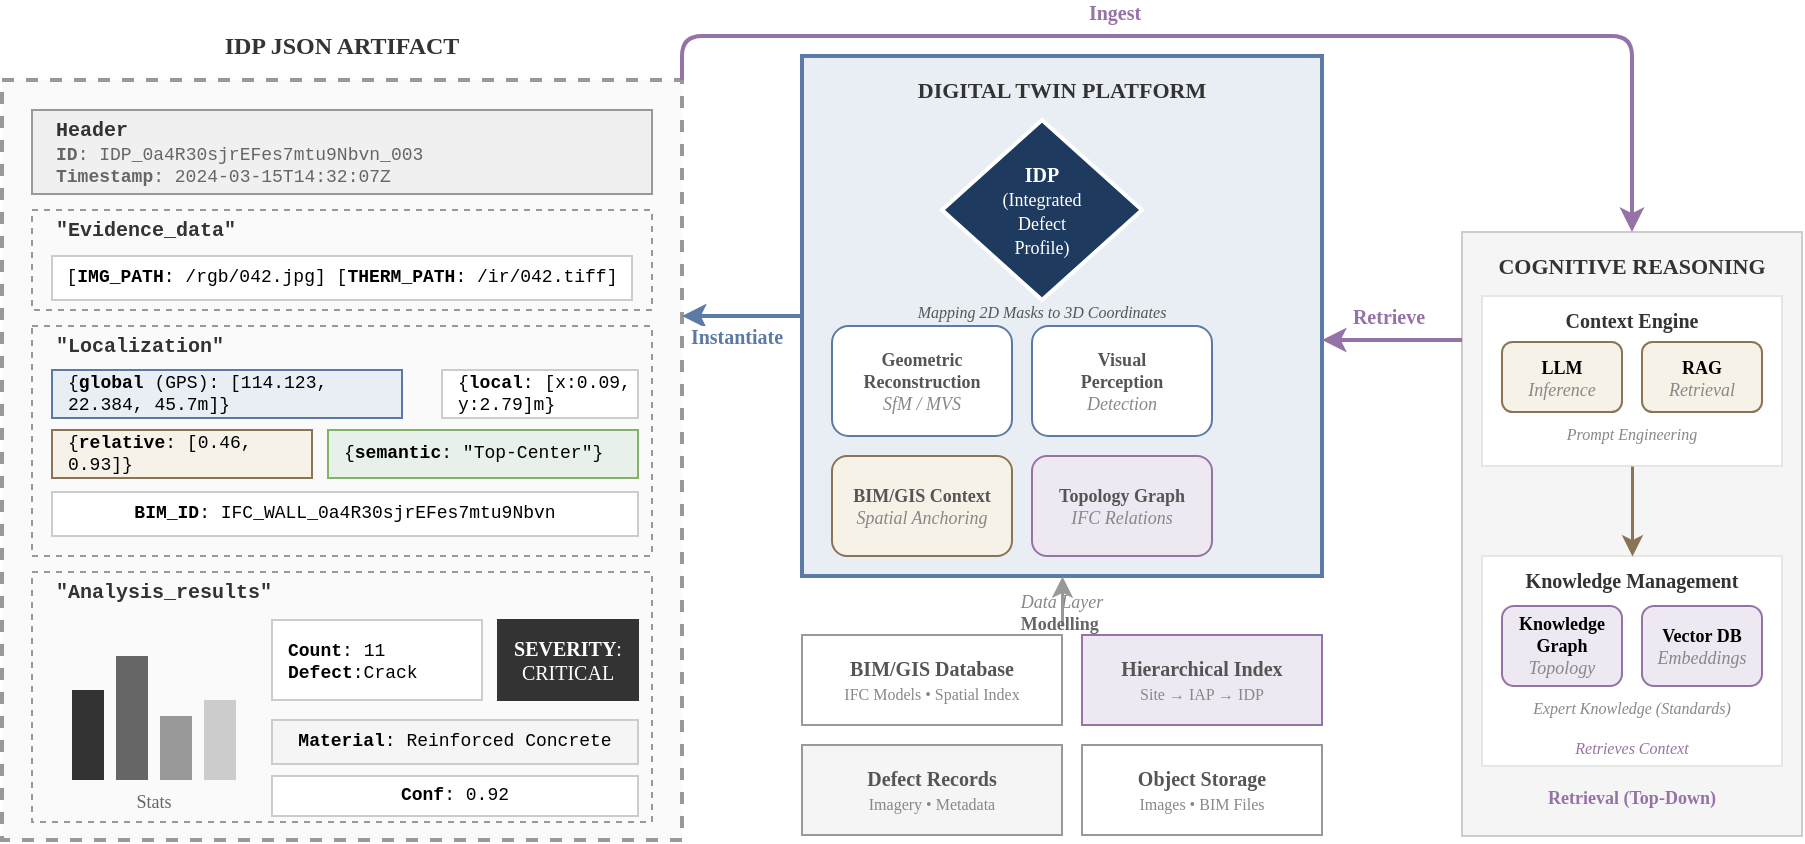
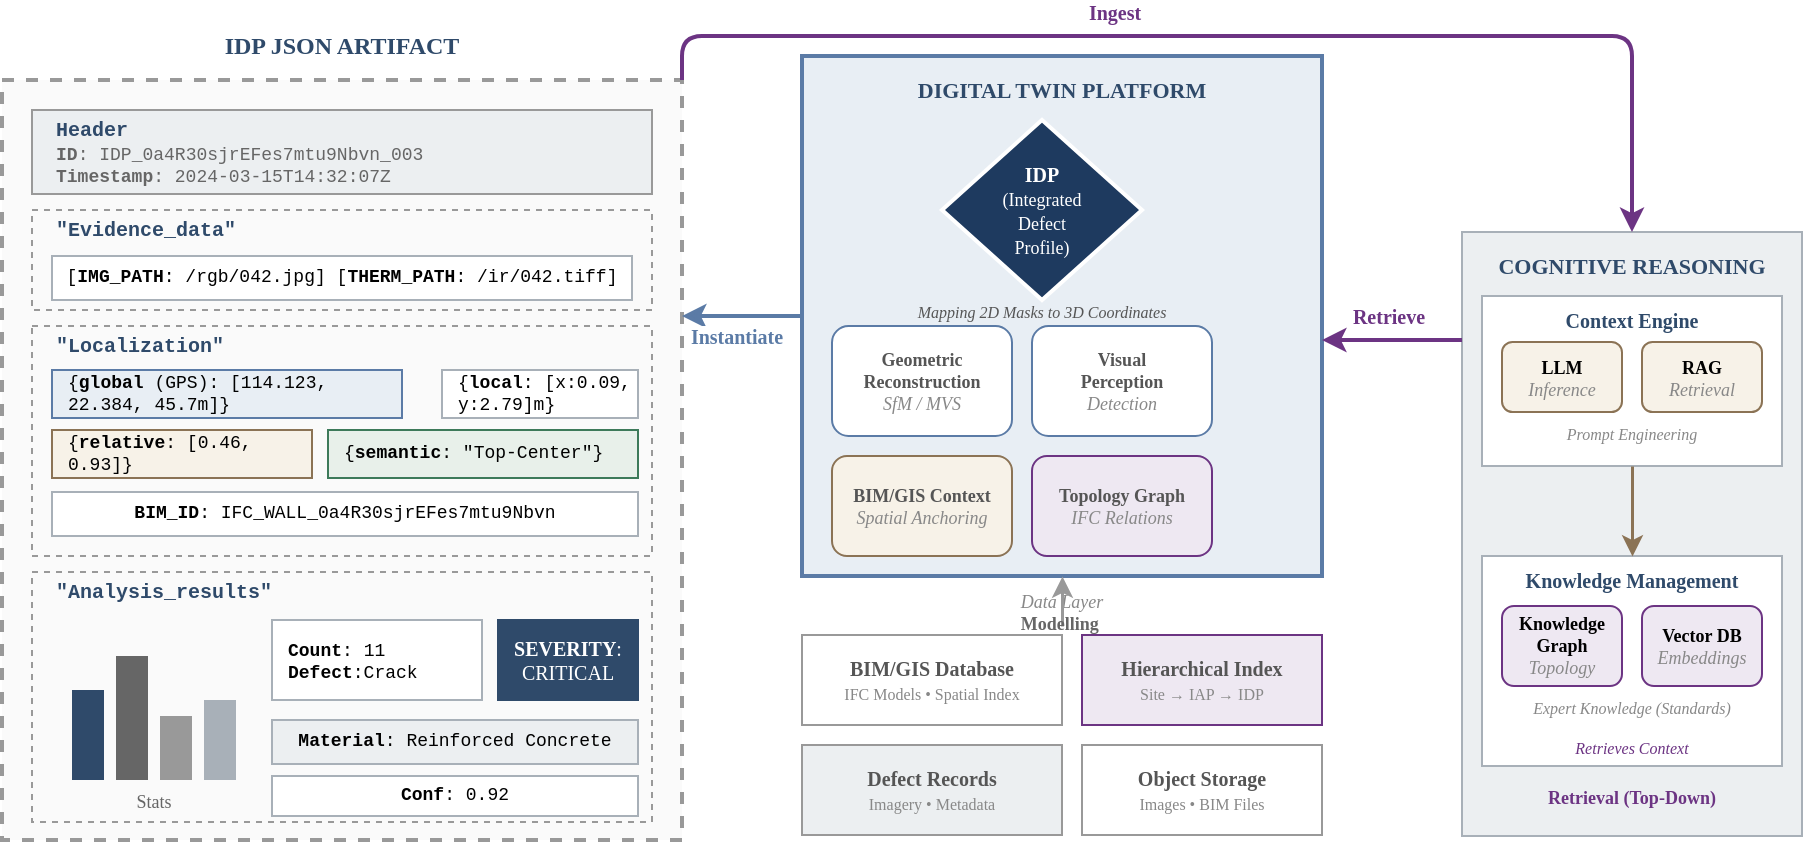
<mxfile host="Electron" agent="Mozilla/5.0 (Macintosh; Intel Mac OS X 10_15_7) AppleWebKit/537.36 (KHTML, like Gecko) draw.io/29.3.0 Chrome/140.0.7339.249 Electron/38.7.2 Safari/537.36" version="29.3.0">
  <diagram name="IDP Construction Pipeline" id="idp-v9">
    <mxGraphModel dx="1018" dy="813" grid="1" gridSize="10" guides="1" tooltips="1" connect="1" arrows="1" fold="1" page="1" pageScale="1" pageWidth="1200" pageHeight="620" math="0" shadow="0">
      <root>
        <mxCell id="0" />
        <mxCell id="1" parent="0" />
-         <mxCell id="idp-title" parent="1" style="text;html=1;strokeColor=none;fillColor=none;align=center;verticalAlign=middle;whiteSpace=wrap;rounded=0;fontStyle=1;fontSize=12;fontFamily=Times New Roman;fontColor=#333333;" value="IDP JSON ARTIFACT" vertex="1">
+         <mxCell id="idp-title" parent="1" style="text;html=1;strokeColor=none;fillColor=none;align=center;verticalAlign=middle;whiteSpace=wrap;rounded=0;fontStyle=1;fontSize=12;fontFamily=Times New Roman;fontColor=#2F4A6A;" value="IDP JSON ARTIFACT" vertex="1">
          <mxGeometry height="25" width="340" x="40" y="42" as="geometry" />
        </mxCell>
        <mxCell id="idp-main" parent="1" style="rounded=0;whiteSpace=wrap;html=1;fillColor=#fafafa;strokeColor=#999999;strokeWidth=2;dashed=1;" value="" vertex="1">
          <mxGeometry height="380" width="340" x="40" y="72" as="geometry" />
        </mxCell>
-         <mxCell id="idp-header-box" parent="1" style="rounded=0;whiteSpace=wrap;html=1;fillColor=#f0f0f0;strokeColor=#999999;" value="" vertex="1">
+         <mxCell id="idp-header-box" parent="1" style="rounded=0;whiteSpace=wrap;html=1;fillColor=#ECEFF1;strokeColor=#999999;" value="" vertex="1">
          <mxGeometry height="42" width="310" x="55" y="87" as="geometry" />
        </mxCell>
-         <mxCell id="idp-header-label" parent="1" style="text;html=1;strokeColor=none;fillColor=none;align=left;verticalAlign=middle;whiteSpace=wrap;rounded=0;fontFamily=Courier New;fontSize=10;fontColor=#333333;" value="&lt;b&gt;Header&lt;/b&gt;" vertex="1">
+         <mxCell id="idp-header-label" parent="1" style="text;html=1;strokeColor=none;fillColor=none;align=left;verticalAlign=middle;whiteSpace=wrap;rounded=0;fontFamily=Courier New;fontSize=10;fontColor=#2F4A6A;" value="&lt;b&gt;Header&lt;/b&gt;" vertex="1">
          <mxGeometry height="14" width="60" x="65" y="90" as="geometry" />
        </mxCell>
        <mxCell id="idp-header-content" parent="1" style="text;html=1;strokeColor=none;fillColor=none;align=left;verticalAlign=middle;whiteSpace=wrap;rounded=0;fontFamily=Courier New;fontSize=9;fontColor=#666666;" value="&lt;b&gt;ID&lt;/b&gt;: IDP_0a4R30sjrEFes7mtu9Nbvn_003&lt;br&gt;&lt;b&gt;Timestamp&lt;/b&gt;: 2024-03-15T14:32:07Z" vertex="1">
          <mxGeometry height="20" width="290" x="65" y="105" as="geometry" />
        </mxCell>
        <mxCell id="idp-evidence-box" parent="1" style="rounded=0;whiteSpace=wrap;html=1;fillColor=none;strokeColor=#999999;dashed=1;" value="" vertex="1">
          <mxGeometry height="50" width="310" x="55" y="137" as="geometry" />
        </mxCell>
-         <mxCell id="idp-evidence-label" parent="1" style="text;html=1;strokeColor=none;fillColor=none;align=left;verticalAlign=middle;whiteSpace=wrap;rounded=0;fontFamily=Courier New;fontSize=10;fontColor=#333333;fontStyle=1" value="&quot;Evidence_data&quot;" vertex="1">
+         <mxCell id="idp-evidence-label" parent="1" style="text;html=1;strokeColor=none;fillColor=none;align=left;verticalAlign=middle;whiteSpace=wrap;rounded=0;fontFamily=Courier New;fontSize=10;fontColor=#2F4A6A;fontStyle=1" value="&quot;Evidence_data&quot;" vertex="1">
          <mxGeometry height="14" width="110" x="65" y="140" as="geometry" />
        </mxCell>
-         <mxCell id="idp-evidence-content" parent="1" style="rounded=0;whiteSpace=wrap;html=1;fillColor=#ffffff;strokeColor=#cccccc;fontFamily=Courier New;fontSize=9;align=center;" value="[&lt;b&gt;IMG_PATH&lt;/b&gt;: /rgb/042.jpg]  [&lt;b&gt;THERM_PATH&lt;/b&gt;: /ir/042.tiff]" vertex="1">
+         <mxCell id="idp-evidence-content" parent="1" style="rounded=0;whiteSpace=wrap;html=1;fillColor=#ffffff;strokeColor=#A8B0B8;fontFamily=Courier New;fontSize=9;align=center;" value="[&lt;b&gt;IMG_PATH&lt;/b&gt;: /rgb/042.jpg]  [&lt;b&gt;THERM_PATH&lt;/b&gt;: /ir/042.tiff]" vertex="1">
          <mxGeometry height="22" width="290" x="65" y="160" as="geometry" />
        </mxCell>
        <mxCell id="idp-loc-box" parent="1" style="rounded=0;whiteSpace=wrap;html=1;fillColor=none;strokeColor=#999999;dashed=1;" value="" vertex="1">
          <mxGeometry height="115" width="310" x="55" y="195" as="geometry" />
        </mxCell>
-         <mxCell id="idp-loc-label" parent="1" style="text;html=1;strokeColor=none;fillColor=none;align=left;verticalAlign=middle;whiteSpace=wrap;rounded=0;fontFamily=Courier New;fontSize=10;fontColor=#333333;fontStyle=1" value="&quot;Localization&quot;" vertex="1">
+         <mxCell id="idp-loc-label" parent="1" style="text;html=1;strokeColor=none;fillColor=none;align=left;verticalAlign=middle;whiteSpace=wrap;rounded=0;fontFamily=Courier New;fontSize=10;fontColor=#2F4A6A;fontStyle=1" value="&quot;Localization&quot;" vertex="1">
          <mxGeometry height="14" width="100" x="65" y="198" as="geometry" />
        </mxCell>
        <mxCell id="idp-loc-gps" parent="1" style="rounded=0;whiteSpace=wrap;html=1;fillColor=#E8EEF4;strokeColor=#5B7BA6;fontFamily=Courier New;fontSize=9;align=left;spacingLeft=6;" value="{&lt;b&gt;global&lt;/b&gt; (GPS): [114.123, 22.384, 45.7m]}" vertex="1">
          <mxGeometry height="24" width="175" x="65" y="217" as="geometry" />
        </mxCell>
-         <mxCell id="idp-loc-local" parent="1" style="rounded=0;whiteSpace=wrap;html=1;fillColor=#ffffff;strokeColor=#cccccc;fontFamily=Courier New;fontSize=9;align=left;spacingLeft=6;" value="{&lt;b&gt;local&lt;/b&gt;: [x:0.09, y:2.79]m}" vertex="1">
+         <mxCell id="idp-loc-local" parent="1" style="rounded=0;whiteSpace=wrap;html=1;fillColor=#ffffff;strokeColor=#A8B0B8;fontFamily=Courier New;fontSize=9;align=left;spacingLeft=6;" value="{&lt;b&gt;local&lt;/b&gt;: [x:0.09, y:2.79]m}" vertex="1">
          <mxGeometry height="24" width="98" x="260" y="217" as="geometry" />
        </mxCell>
        <mxCell id="idp-loc-relative" parent="1" style="rounded=0;whiteSpace=wrap;html=1;fillColor=#F7F2E8;strokeColor=#8B7355;fontFamily=Courier New;fontSize=9;align=left;spacingLeft=6;" value="{&lt;b&gt;relative&lt;/b&gt;: [0.46, 0.93]}" vertex="1">
          <mxGeometry height="24" width="130" x="65" y="247" as="geometry" />
        </mxCell>
-         <mxCell id="idp-loc-semantic" parent="1" style="rounded=0;whiteSpace=wrap;html=1;fillColor=#E8F0EA;strokeColor=#82b366;fontFamily=Courier New;fontSize=9;align=left;spacingLeft=6;" value="{&lt;b&gt;semantic&lt;/b&gt;: &quot;Top-Center&quot;}" vertex="1">
+         <mxCell id="idp-loc-semantic" parent="1" style="rounded=0;whiteSpace=wrap;html=1;fillColor=#E8F0EA;strokeColor=#3D7A5A;fontFamily=Courier New;fontSize=9;align=left;spacingLeft=6;" value="{&lt;b&gt;semantic&lt;/b&gt;: &quot;Top-Center&quot;}" vertex="1">
          <mxGeometry height="24" width="155" x="203" y="247" as="geometry" />
        </mxCell>
-         <mxCell id="idp-loc-bim" parent="1" style="rounded=0;whiteSpace=wrap;html=1;fillColor=#ffffff;strokeColor=#cccccc;fontFamily=Courier New;fontSize=9;align=center;" value="&lt;b&gt;BIM_ID&lt;/b&gt;: IFC_WALL_0a4R30sjrEFes7mtu9Nbvn" vertex="1">
+         <mxCell id="idp-loc-bim" parent="1" style="rounded=0;whiteSpace=wrap;html=1;fillColor=#ffffff;strokeColor=#A8B0B8;fontFamily=Courier New;fontSize=9;align=center;" value="&lt;b&gt;BIM_ID&lt;/b&gt;: IFC_WALL_0a4R30sjrEFes7mtu9Nbvn" vertex="1">
          <mxGeometry height="22" width="293" x="65" y="278" as="geometry" />
        </mxCell>
        <mxCell id="idp-analysis-box" parent="1" style="rounded=0;whiteSpace=wrap;html=1;fillColor=none;strokeColor=#999999;dashed=1;" value="" vertex="1">
          <mxGeometry height="125" width="310" x="55" y="318" as="geometry" />
        </mxCell>
-         <mxCell id="idp-analysis-label" parent="1" style="text;html=1;strokeColor=none;fillColor=none;align=left;verticalAlign=middle;whiteSpace=wrap;rounded=0;fontFamily=Courier New;fontSize=10;fontColor=#333333;fontStyle=1" value="&quot;Analysis_results&quot;" vertex="1">
+         <mxCell id="idp-analysis-label" parent="1" style="text;html=1;strokeColor=none;fillColor=none;align=left;verticalAlign=middle;whiteSpace=wrap;rounded=0;fontFamily=Courier New;fontSize=10;fontColor=#2F4A6A;fontStyle=1" value="&quot;Analysis_results&quot;" vertex="1">
          <mxGeometry height="14" width="120" x="65" y="321" as="geometry" />
        </mxCell>
-         <mxCell id="stats-bar1" parent="1" style="rounded=0;whiteSpace=wrap;html=1;fillColor=#333333;strokeColor=none;" value="" vertex="1">
+         <mxCell id="stats-bar1" parent="1" style="rounded=0;whiteSpace=wrap;html=1;fillColor=#2F4A6A;strokeColor=none;" value="" vertex="1">
          <mxGeometry height="45" width="16" x="75" y="377" as="geometry" />
        </mxCell>
        <mxCell id="stats-bar2" parent="1" style="rounded=0;whiteSpace=wrap;html=1;fillColor=#666666;strokeColor=none;" value="" vertex="1">
          <mxGeometry height="62" width="16" x="97" y="360" as="geometry" />
        </mxCell>
        <mxCell id="stats-bar3" parent="1" style="rounded=0;whiteSpace=wrap;html=1;fillColor=#999999;strokeColor=none;" value="" vertex="1">
          <mxGeometry height="32" width="16" x="119" y="390" as="geometry" />
        </mxCell>
-         <mxCell id="stats-bar4" parent="1" style="rounded=0;whiteSpace=wrap;html=1;fillColor=#cccccc;strokeColor=none;" value="" vertex="1">
+         <mxCell id="stats-bar4" parent="1" style="rounded=0;whiteSpace=wrap;html=1;fillColor=#A8B0B8;strokeColor=none;" value="" vertex="1">
          <mxGeometry height="40" width="16" x="141" y="382" as="geometry" />
        </mxCell>
        <mxCell id="stats-label" parent="1" style="text;html=1;strokeColor=none;fillColor=none;align=center;verticalAlign=middle;whiteSpace=wrap;rounded=0;fontFamily=Times New Roman;fontSize=9;fontColor=#666666;" value="Stats" vertex="1">
          <mxGeometry height="12" width="82" x="75" y="427" as="geometry" />
        </mxCell>
-         <mxCell id="idp-stats-info" parent="1" style="rounded=0;whiteSpace=wrap;html=1;fillColor=#ffffff;strokeColor=#cccccc;fontFamily=Courier New;fontSize=9;align=left;spacingLeft=6;verticalAlign=top;spacingTop=4;" value="&lt;b&gt;Count&lt;/b&gt;: 11&lt;br&gt;&lt;b&gt;Defect&lt;/b&gt;:Crack" vertex="1">
+         <mxCell id="idp-stats-info" parent="1" style="rounded=0;whiteSpace=wrap;html=1;fillColor=#ffffff;strokeColor=#A8B0B8;fontFamily=Courier New;fontSize=9;align=left;spacingLeft=6;verticalAlign=top;spacingTop=4;" value="&lt;b&gt;Count&lt;/b&gt;: 11&lt;br&gt;&lt;b&gt;Defect&lt;/b&gt;:Crack" vertex="1">
          <mxGeometry height="40" width="105" x="175" y="342" as="geometry" />
        </mxCell>
-         <mxCell id="idp-severity" parent="1" style="rounded=0;whiteSpace=wrap;html=1;fillColor=#333333;strokeColor=#333333;fontFamily=Times New Roman;fontSize=10;fontColor=#ffffff;" value="&lt;b&gt;SEVERITY&lt;/b&gt;:&lt;br&gt;CRITICAL" vertex="1">
+         <mxCell id="idp-severity" parent="1" style="rounded=0;whiteSpace=wrap;html=1;fillColor=#2F4A6A;strokeColor=#2F4A6A;fontFamily=Times New Roman;fontSize=10;fontColor=#ffffff;" value="&lt;b&gt;SEVERITY&lt;/b&gt;:&lt;br&gt;CRITICAL" vertex="1">
          <mxGeometry height="40" width="70" x="288" y="342" as="geometry" />
        </mxCell>
-         <mxCell id="idp-material" parent="1" style="rounded=0;whiteSpace=wrap;html=1;fillColor=#f5f5f5;strokeColor=#cccccc;fontFamily=Courier New;fontSize=9;align=center;" value="&lt;b&gt;Material&lt;/b&gt;: Reinforced Concrete" vertex="1">
+         <mxCell id="idp-material" parent="1" style="rounded=0;whiteSpace=wrap;html=1;fillColor=#ECEFF1;strokeColor=#A8B0B8;fontFamily=Courier New;fontSize=9;align=center;" value="&lt;b&gt;Material&lt;/b&gt;: Reinforced Concrete" vertex="1">
          <mxGeometry height="22" width="183" x="175" y="392" as="geometry" />
        </mxCell>
-         <mxCell id="idp-conf" parent="1" style="rounded=0;whiteSpace=wrap;html=1;fillColor=#ffffff;strokeColor=#cccccc;fontFamily=Courier New;fontSize=9;align=center;" value="&lt;b&gt;Conf&lt;/b&gt;: 0.92" vertex="1">
+         <mxCell id="idp-conf" parent="1" style="rounded=0;whiteSpace=wrap;html=1;fillColor=#ffffff;strokeColor=#A8B0B8;fontFamily=Courier New;fontSize=9;align=center;" value="&lt;b&gt;Conf&lt;/b&gt;: 0.92" vertex="1">
          <mxGeometry height="20" width="183" x="175" y="420" as="geometry" />
        </mxCell>
        <mxCell id="platform-bg" parent="1" style="rounded=0;whiteSpace=wrap;html=1;fillColor=#E8EEF4;strokeColor=#5B7BA6;strokeWidth=2;" value="" vertex="1">
          <mxGeometry height="260" width="260" x="440" y="60" as="geometry" />
        </mxCell>
-         <mxCell id="platform-title" parent="1" style="text;html=1;strokeColor=none;fillColor=none;align=center;verticalAlign=middle;whiteSpace=wrap;rounded=0;fontStyle=1;fontSize=11;fontFamily=Times New Roman;fontColor=#333333;" value="DIGITAL TWIN PLATFORM" vertex="1">
+         <mxCell id="platform-title" parent="1" style="text;html=1;strokeColor=none;fillColor=none;align=center;verticalAlign=middle;whiteSpace=wrap;rounded=0;fontStyle=1;fontSize=11;fontFamily=Times New Roman;fontColor=#2F4A6A;" value="DIGITAL TWIN PLATFORM" vertex="1">
          <mxGeometry height="18" width="180" x="480" y="68" as="geometry" />
        </mxCell>
        <mxCell id="platform-idp" parent="1" style="shape=rhombus;whiteSpace=wrap;html=1;fillColor=#1E3A5F;strokeColor=#ffffff;fontFamily=Times New Roman;fontSize=10;fontColor=#ffffff;strokeWidth=2;" value="&lt;b&gt;IDP&lt;/b&gt;&lt;br&gt;&lt;span style=&quot;font-size:9px;&quot;&gt;(Integrated&lt;br&gt;Defect&lt;br&gt;Profile)&lt;/span&gt;" vertex="1">
          <mxGeometry height="90" width="100" x="510" y="92" as="geometry" />
        </mxCell>
        <mxCell id="platform-sub-geo" parent="1" style="rounded=1;whiteSpace=wrap;html=1;fillColor=#ffffff;strokeColor=#5B7BA6;fontFamily=Times New Roman;fontSize=9;fontColor=#555555;arcSize=15;" value="&lt;b&gt;Geometric&lt;br&gt;Reconstruction&lt;/b&gt;&lt;br&gt;&lt;font color=&quot;#888888&quot;&gt;&lt;i&gt;SfM / MVS&lt;/i&gt;&lt;/font&gt;" vertex="1">
          <mxGeometry height="55" width="90" x="455" y="195" as="geometry" />
        </mxCell>
        <mxCell id="platform-sub-vis" parent="1" style="rounded=1;whiteSpace=wrap;html=1;fillColor=#ffffff;strokeColor=#5B7BA6;fontFamily=Times New Roman;fontSize=9;fontColor=#555555;arcSize=15;" value="&lt;b&gt;Visual&lt;br&gt;Perception&lt;/b&gt;&lt;br&gt;&lt;font color=&quot;#888888&quot;&gt;&lt;i&gt;Detection&lt;/i&gt;&lt;/font&gt;" vertex="1">
          <mxGeometry height="55" width="90" x="555" y="195" as="geometry" />
        </mxCell>
        <mxCell id="platform-sub-bim" parent="1" style="rounded=1;whiteSpace=wrap;html=1;fillColor=#F7F2E8;strokeColor=#8B7355;fontFamily=Times New Roman;fontSize=9;fontColor=#555555;arcSize=15;" value="&lt;b&gt;BIM/GIS Context&lt;/b&gt;&lt;br&gt;&lt;font color=&quot;#888888&quot;&gt;&lt;i&gt;Spatial Anchoring&lt;/i&gt;&lt;/font&gt;" vertex="1">
          <mxGeometry height="50" width="90" x="455" y="260" as="geometry" />
        </mxCell>
-         <mxCell id="platform-sub-topo" parent="1" style="rounded=1;whiteSpace=wrap;html=1;fillColor=#EEE8F2;strokeColor=#9673a6;fontFamily=Times New Roman;fontSize=9;fontColor=#555555;arcSize=15;" value="&lt;b&gt;Topology Graph&lt;/b&gt;&lt;br&gt;&lt;font color=&quot;#888888&quot;&gt;&lt;i&gt;IFC Relations&lt;/i&gt;&lt;/font&gt;" vertex="1">
+         <mxCell id="platform-sub-topo" parent="1" style="rounded=1;whiteSpace=wrap;html=1;fillColor=#EEE8F2;strokeColor=#6C3483;fontFamily=Times New Roman;fontSize=9;fontColor=#555555;arcSize=15;" value="&lt;b&gt;Topology Graph&lt;/b&gt;&lt;br&gt;&lt;font color=&quot;#888888&quot;&gt;&lt;i&gt;IFC Relations&lt;/i&gt;&lt;/font&gt;" vertex="1">
          <mxGeometry height="50" width="90" x="555" y="260" as="geometry" />
        </mxCell>
        <mxCell id="platform-mapping" parent="1" style="text;html=1;strokeColor=none;fillColor=none;align=center;verticalAlign=middle;whiteSpace=wrap;rounded=0;fontFamily=Times New Roman;fontSize=8;fontColor=#555555;fontStyle=2" value="Mapping 2D Masks to 3D Coordinates" vertex="1">
          <mxGeometry height="12" width="170" x="475" y="182" as="geometry" />
        </mxCell>
        <mxCell id="layer-db-title" parent="1" style="text;html=1;strokeColor=none;fillColor=none;align=center;verticalAlign=middle;whiteSpace=wrap;rounded=0;fontStyle=2;fontSize=9;fontFamily=Times New Roman;fontColor=#888888;" value="Data Layer" vertex="1">
          <mxGeometry height="15" width="100" x="520" y="325" as="geometry" />
        </mxCell>
        <mxCell id="layer-bim-db" parent="1" style="rounded=0;whiteSpace=wrap;html=1;fillColor=#ffffff;strokeColor=#999999;strokeWidth=1;fontFamily=Times New Roman;fontSize=10;fontColor=#555555;" value="&lt;b&gt;BIM/GIS Database&lt;/b&gt;&lt;br&gt;&lt;font color=&quot;#888888&quot; style=&quot;font-size: 8px;&quot;&gt;IFC Models • Spatial Index&lt;/font&gt;" vertex="1">
          <mxGeometry height="45" width="130" x="440" y="349.5" as="geometry" />
        </mxCell>
-         <mxCell id="layer-defect-db" parent="1" style="rounded=0;whiteSpace=wrap;html=1;fillColor=#f5f5f5;strokeColor=#999999;strokeWidth=1;fontFamily=Times New Roman;fontSize=10;fontColor=#555555;" value="&lt;b&gt;Defect Records&lt;/b&gt;&lt;br&gt;&lt;font color=&quot;#888888&quot; style=&quot;font-size: 8px;&quot;&gt;Imagery • Metadata&lt;/font&gt;" vertex="1">
+         <mxCell id="layer-defect-db" parent="1" style="rounded=0;whiteSpace=wrap;html=1;fillColor=#ECEFF1;strokeColor=#999999;strokeWidth=1;fontFamily=Times New Roman;fontSize=10;fontColor=#555555;" value="&lt;b&gt;Defect Records&lt;/b&gt;&lt;br&gt;&lt;font color=&quot;#888888&quot; style=&quot;font-size: 8px;&quot;&gt;Imagery • Metadata&lt;/font&gt;" vertex="1">
          <mxGeometry height="45" width="130" x="440" y="404.5" as="geometry" />
        </mxCell>
-         <mxCell id="layer-index" parent="1" style="rounded=0;whiteSpace=wrap;html=1;fillColor=#EEE8F2;strokeColor=#9673a6;strokeWidth=1;fontFamily=Times New Roman;fontSize=10;fontColor=#555555;" value="&lt;b&gt;Hierarchical Index&lt;/b&gt;&lt;br&gt;&lt;font color=&quot;#888888&quot; style=&quot;font-size: 8px;&quot;&gt;Site → IAP → IDP&lt;/font&gt;" vertex="1">
+         <mxCell id="layer-index" parent="1" style="rounded=0;whiteSpace=wrap;html=1;fillColor=#EEE8F2;strokeColor=#6C3483;strokeWidth=1;fontFamily=Times New Roman;fontSize=10;fontColor=#555555;" value="&lt;b&gt;Hierarchical Index&lt;/b&gt;&lt;br&gt;&lt;font color=&quot;#888888&quot; style=&quot;font-size: 8px;&quot;&gt;Site → IAP → IDP&lt;/font&gt;" vertex="1">
          <mxGeometry height="45" width="120" x="580" y="349.5" as="geometry" />
        </mxCell>
        <mxCell id="layer-storage" parent="1" style="rounded=0;whiteSpace=wrap;html=1;fillColor=#ffffff;strokeColor=#999999;strokeWidth=1;fontFamily=Times New Roman;fontSize=10;fontColor=#555555;" value="&lt;b&gt;Object Storage&lt;/b&gt;&lt;br&gt;&lt;font color=&quot;#888888&quot; style=&quot;font-size: 8px;&quot;&gt;Images • BIM Files&lt;/font&gt;" vertex="1">
          <mxGeometry height="45" width="120" x="580" y="404.5" as="geometry" />
        </mxCell>
-         <mxCell id="cognitive-bg" parent="1" style="rounded=0;whiteSpace=wrap;html=1;fillColor=#f5f5f5;strokeColor=#cccccc;strokeWidth=1;" value="" vertex="1">
+         <mxCell id="cognitive-bg" parent="1" style="rounded=0;whiteSpace=wrap;html=1;fillColor=#ECEFF1;strokeColor=#A8B0B8;strokeWidth=1;" value="" vertex="1">
          <mxGeometry height="302" width="170" x="770" y="148" as="geometry" />
        </mxCell>
-         <mxCell id="cognitive-title" parent="1" style="text;html=1;strokeColor=none;fillColor=none;align=center;verticalAlign=middle;whiteSpace=wrap;rounded=0;fontStyle=1;fontSize=11;fontFamily=Times New Roman;fontColor=#333333;" value="COGNITIVE REASONING" vertex="1">
+         <mxCell id="cognitive-title" parent="1" style="text;html=1;strokeColor=none;fillColor=none;align=center;verticalAlign=middle;whiteSpace=wrap;rounded=0;fontStyle=1;fontSize=11;fontFamily=Times New Roman;fontColor=#2F4A6A;" value="COGNITIVE REASONING" vertex="1">
          <mxGeometry height="18" width="150" x="780" y="156" as="geometry" />
        </mxCell>
-         <mxCell id="context-engine-box" parent="1" style="rounded=0;whiteSpace=wrap;html=1;fillColor=#ffffff;strokeColor=#e6e6e6;" value="" vertex="1">
+         <mxCell id="context-engine-box" parent="1" style="rounded=0;whiteSpace=wrap;html=1;fillColor=#ffffff;strokeColor=#A8B0B8;" value="" vertex="1">
          <mxGeometry height="85" width="150" x="780" y="180" as="geometry" />
        </mxCell>
-         <mxCell id="context-engine-title" parent="1" style="text;html=1;strokeColor=none;fillColor=none;align=center;verticalAlign=middle;whiteSpace=wrap;rounded=0;fontFamily=Times New Roman;fontSize=10;fontColor=#333333;" value="&lt;b&gt;Context Engine&lt;/b&gt;" vertex="1">
+         <mxCell id="context-engine-title" parent="1" style="text;html=1;strokeColor=none;fillColor=none;align=center;verticalAlign=middle;whiteSpace=wrap;rounded=0;fontFamily=Times New Roman;fontSize=10;fontColor=#2F4A6A;" value="&lt;b&gt;Context Engine&lt;/b&gt;" vertex="1">
          <mxGeometry height="14" width="130" x="790" y="185" as="geometry" />
        </mxCell>
        <mxCell id="context-llm" parent="1" style="rounded=1;whiteSpace=wrap;html=1;fillColor=#F7F2E8;strokeColor=#8B7355;fontFamily=Times New Roman;fontSize=9;arcSize=15;" value="&lt;b&gt;LLM&lt;/b&gt;&lt;br&gt;&lt;font color=&quot;#888888&quot;&gt;&lt;i&gt;Inference&lt;/i&gt;&lt;/font&gt;" vertex="1">
          <mxGeometry height="35" width="60" x="790" y="203" as="geometry" />
        </mxCell>
        <mxCell id="context-rag" parent="1" style="rounded=1;whiteSpace=wrap;html=1;fillColor=#F7F2E8;strokeColor=#8B7355;fontFamily=Times New Roman;fontSize=9;arcSize=15;" value="&lt;b&gt;RAG&lt;/b&gt;&lt;br&gt;&lt;font color=&quot;#888888&quot;&gt;&lt;i&gt;Retrieval&lt;/i&gt;&lt;/font&gt;" vertex="1">
          <mxGeometry height="35" width="60" x="860" y="203" as="geometry" />
        </mxCell>
        <mxCell id="context-prompt" parent="1" style="text;html=1;strokeColor=none;fillColor=none;align=center;verticalAlign=middle;whiteSpace=wrap;rounded=0;fontFamily=Times New Roman;fontSize=8;fontColor=#888888;fontStyle=2" value="Prompt Engineering" vertex="1">
          <mxGeometry height="12" width="130" x="790" y="243" as="geometry" />
        </mxCell>
-         <mxCell id="knowledge-box" parent="1" style="rounded=0;whiteSpace=wrap;html=1;fillColor=#ffffff;strokeColor=#e6e6e6;" value="" vertex="1">
+         <mxCell id="knowledge-box" parent="1" style="rounded=0;whiteSpace=wrap;html=1;fillColor=#ffffff;strokeColor=#A8B0B8;" value="" vertex="1">
          <mxGeometry height="105" width="150" x="780" y="310" as="geometry" />
        </mxCell>
-         <mxCell id="knowledge-title" parent="1" style="text;html=1;strokeColor=none;fillColor=none;align=center;verticalAlign=middle;whiteSpace=wrap;rounded=0;fontFamily=Times New Roman;fontSize=10;fontColor=#333333;" value="&lt;b&gt;Knowledge Management&lt;/b&gt;" vertex="1">
+         <mxCell id="knowledge-title" parent="1" style="text;html=1;strokeColor=none;fillColor=none;align=center;verticalAlign=middle;whiteSpace=wrap;rounded=0;fontFamily=Times New Roman;fontSize=10;fontColor=#2F4A6A;" value="&lt;b&gt;Knowledge Management&lt;/b&gt;" vertex="1">
          <mxGeometry height="14" width="140" x="785" y="315" as="geometry" />
        </mxCell>
-         <mxCell id="knowledge-graph" parent="1" style="rounded=1;whiteSpace=wrap;html=1;fillColor=#EEE8F2;strokeColor=#9673a6;fontFamily=Times New Roman;fontSize=9;arcSize=15;" value="&lt;b&gt;Knowledge Graph&lt;/b&gt;&lt;br&gt;&lt;font color=&quot;#888888&quot;&gt;&lt;i&gt;Topology&lt;/i&gt;&lt;/font&gt;" vertex="1">
+         <mxCell id="knowledge-graph" parent="1" style="rounded=1;whiteSpace=wrap;html=1;fillColor=#EEE8F2;strokeColor=#6C3483;fontFamily=Times New Roman;fontSize=9;arcSize=15;" value="&lt;b&gt;Knowledge Graph&lt;/b&gt;&lt;br&gt;&lt;font color=&quot;#888888&quot;&gt;&lt;i&gt;Topology&lt;/i&gt;&lt;/font&gt;" vertex="1">
          <mxGeometry height="40" width="60" x="790" y="335" as="geometry" />
        </mxCell>
-         <mxCell id="knowledge-vector" parent="1" style="rounded=1;whiteSpace=wrap;html=1;fillColor=#EEE8F2;strokeColor=#9673a6;fontFamily=Times New Roman;fontSize=9;arcSize=15;" value="&lt;b&gt;Vector DB&lt;/b&gt;&lt;br&gt;&lt;font color=&quot;#888888&quot;&gt;&lt;i&gt;Embeddings&lt;/i&gt;&lt;/font&gt;" vertex="1">
+         <mxCell id="knowledge-vector" parent="1" style="rounded=1;whiteSpace=wrap;html=1;fillColor=#EEE8F2;strokeColor=#6C3483;fontFamily=Times New Roman;fontSize=9;arcSize=15;" value="&lt;b&gt;Vector DB&lt;/b&gt;&lt;br&gt;&lt;font color=&quot;#888888&quot;&gt;&lt;i&gt;Embeddings&lt;/i&gt;&lt;/font&gt;" vertex="1">
          <mxGeometry height="40" width="60" x="860" y="335" as="geometry" />
        </mxCell>
        <mxCell id="knowledge-expert" parent="1" style="text;html=1;strokeColor=none;fillColor=none;align=center;verticalAlign=middle;whiteSpace=wrap;rounded=0;fontFamily=Times New Roman;fontSize=8;fontColor=#888888;fontStyle=2" value="Expert Knowledge (Standards)" vertex="1">
          <mxGeometry height="12" width="130" x="790" y="380" as="geometry" />
        </mxCell>
-         <mxCell id="retrieves-label" parent="1" style="text;html=1;strokeColor=none;fillColor=none;align=center;verticalAlign=middle;whiteSpace=wrap;rounded=0;fontFamily=Times New Roman;fontSize=8;fontColor=#9673a6;fontStyle=2" value="Retrieves Context" vertex="1">
+         <mxCell id="retrieves-label" parent="1" style="text;html=1;strokeColor=none;fillColor=none;align=center;verticalAlign=middle;whiteSpace=wrap;rounded=0;fontFamily=Times New Roman;fontSize=8;fontColor=#6C3483;fontStyle=2" value="Retrieves Context" vertex="1">
          <mxGeometry height="12" width="130" x="790" y="400" as="geometry" />
        </mxCell>
        <mxCell id="arr-db-plat" edge="1" parent="1" style="endArrow=classic;html=1;rounded=0;strokeWidth=1.5;strokeColor=#999999;" value="">
          <mxGeometry height="50" relative="1" width="50" as="geometry">
            <mxPoint x="570" y="345" as="sourcePoint" />
            <mxPoint x="570" y="320" as="targetPoint" />
          </mxGeometry>
        </mxCell>
        <mxCell id="arr-plat-idp" edge="1" parent="1" style="endArrow=classic;html=1;rounded=0;strokeWidth=2;strokeColor=#5B7BA6;fontFamily=Times New Roman;fontSize=10;fontStyle=1;fontColor=#5B7BA6;labelBackgroundColor=#ffffff;" value="Instantiate">
          <mxGeometry height="50" relative="1" width="50" x="0.1" y="10" as="geometry">
            <mxPoint as="offset" />
            <mxPoint x="440" y="190" as="sourcePoint" />
            <mxPoint x="380" y="190" as="targetPoint" />
          </mxGeometry>
        </mxCell>
        <mxCell id="arr-context-kb" edge="1" parent="1" style="endArrow=classic;html=1;rounded=0;strokeWidth=1.5;strokeColor=#8B7355;entryX=0.5;entryY=0;entryDx=0;entryDy=0;" target="knowledge-box" value="">
          <mxGeometry height="50" relative="1" width="50" as="geometry">
            <mxPoint x="855" y="265" as="sourcePoint" />
            <mxPoint x="855" y="273" as="targetPoint" />
          </mxGeometry>
        </mxCell>
-         <mxCell id="arr-kb-plat" edge="1" parent="1" style="endArrow=classic;html=1;rounded=1;strokeWidth=2;strokeColor=#9673a6;fontFamily=Times New Roman;fontSize=10;fontStyle=1;fontColor=#9673a6;labelBackgroundColor=#ffffff;edgeStyle=orthogonalEdgeStyle;curved=0;" value="Retrieve">
+         <mxCell id="arr-kb-plat" edge="1" parent="1" style="endArrow=classic;html=1;rounded=1;strokeWidth=2;strokeColor=#6C3483;fontFamily=Times New Roman;fontSize=10;fontStyle=1;fontColor=#6C3483;labelBackgroundColor=#ffffff;edgeStyle=orthogonalEdgeStyle;curved=0;" value="Retrieve">
          <mxGeometry height="50" relative="1" width="50" x="0.05" y="-12" as="geometry">
            <mxPoint as="offset" />
            <Array as="points">
              <mxPoint x="740" y="202" />
              <mxPoint x="740" y="202" />
            </Array>
            <mxPoint x="770" y="202" as="sourcePoint" />
            <mxPoint x="700" y="202" as="targetPoint" />
          </mxGeometry>
        </mxCell>
        <mxCell id="label-bottom-up" parent="1" style="text;html=1;strokeColor=none;fillColor=none;align=center;verticalAlign=middle;whiteSpace=wrap;rounded=0;fontStyle=1;fontSize=9;fontFamily=Times New Roman;fontColor=#666666;" value="Modelling&amp;nbsp;" vertex="1">
          <mxGeometry height="18" width="120" x="510" y="335" as="geometry" />
        </mxCell>
-         <mxCell id="label-top-down" parent="1" style="text;html=1;strokeColor=none;fillColor=none;align=center;verticalAlign=middle;whiteSpace=wrap;rounded=0;fontStyle=1;fontSize=9;fontFamily=Times New Roman;fontColor=#9673a6;" value="Retrieval (Top-Down)" vertex="1">
+         <mxCell id="label-top-down" parent="1" style="text;html=1;strokeColor=none;fillColor=none;align=center;verticalAlign=middle;whiteSpace=wrap;rounded=0;fontStyle=1;fontSize=9;fontFamily=Times New Roman;fontColor=#6C3483;" value="Retrieval (Top-Down)" vertex="1">
          <mxGeometry height="18" width="120" x="795" y="422" as="geometry" />
        </mxCell>
-         <mxCell id="arr-idp-cognitive" edge="1" parent="1" style="endArrow=classic;html=1;rounded=1;strokeWidth=2;strokeColor=#9673a6;fontFamily=Times New Roman;fontSize=10;fontStyle=1;fontColor=#9673a6;labelBackgroundColor=#ffffff;edgeStyle=orthogonalEdgeStyle;curved=0;" value="Ingest">
+         <mxCell id="arr-idp-cognitive" edge="1" parent="1" style="endArrow=classic;html=1;rounded=1;strokeWidth=2;strokeColor=#6C3483;fontFamily=Times New Roman;fontSize=10;fontStyle=1;fontColor=#6C3483;labelBackgroundColor=#ffffff;edgeStyle=orthogonalEdgeStyle;curved=0;" value="Ingest">
          <mxGeometry height="50" relative="1" width="50" x="-0.2" y="12" as="geometry">
            <mxPoint as="offset" />
            <Array as="points">
              <mxPoint x="380" y="50" />
              <mxPoint x="855" y="50" />
            </Array>
            <mxPoint x="380" y="72" as="sourcePoint" />
            <mxPoint x="855" y="148" as="targetPoint" />
          </mxGeometry>
        </mxCell>
      </root>
    </mxGraphModel>
  </diagram>
</mxfile>
